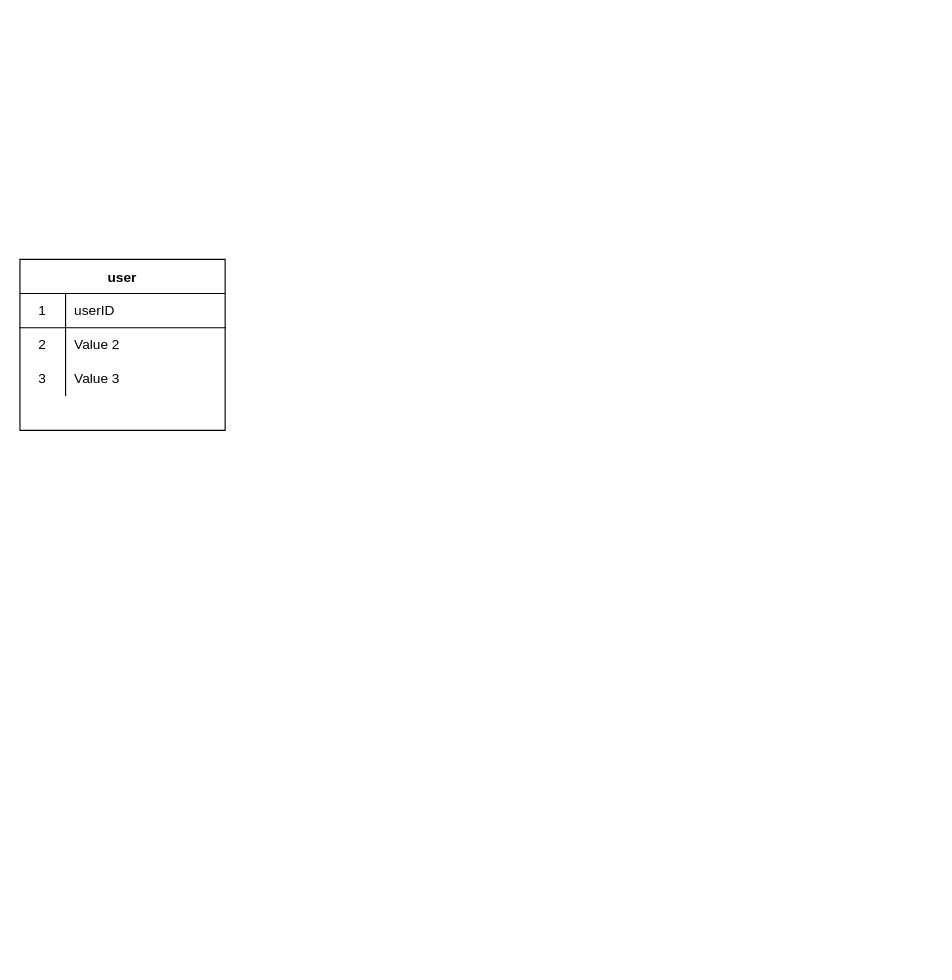
Above: diagram/erDiagram.drawio in swkoubou/HackU2021 (draw.io), before the change. Source tidied: cells renumbered, new cells numbered last; positions are measured from the earlier drawing's top-left corner, leaving out a move shared by most shapes. Both pictures are drawn from the tidied source at 114%, with x=0, y=0 at pixel (19, 259).
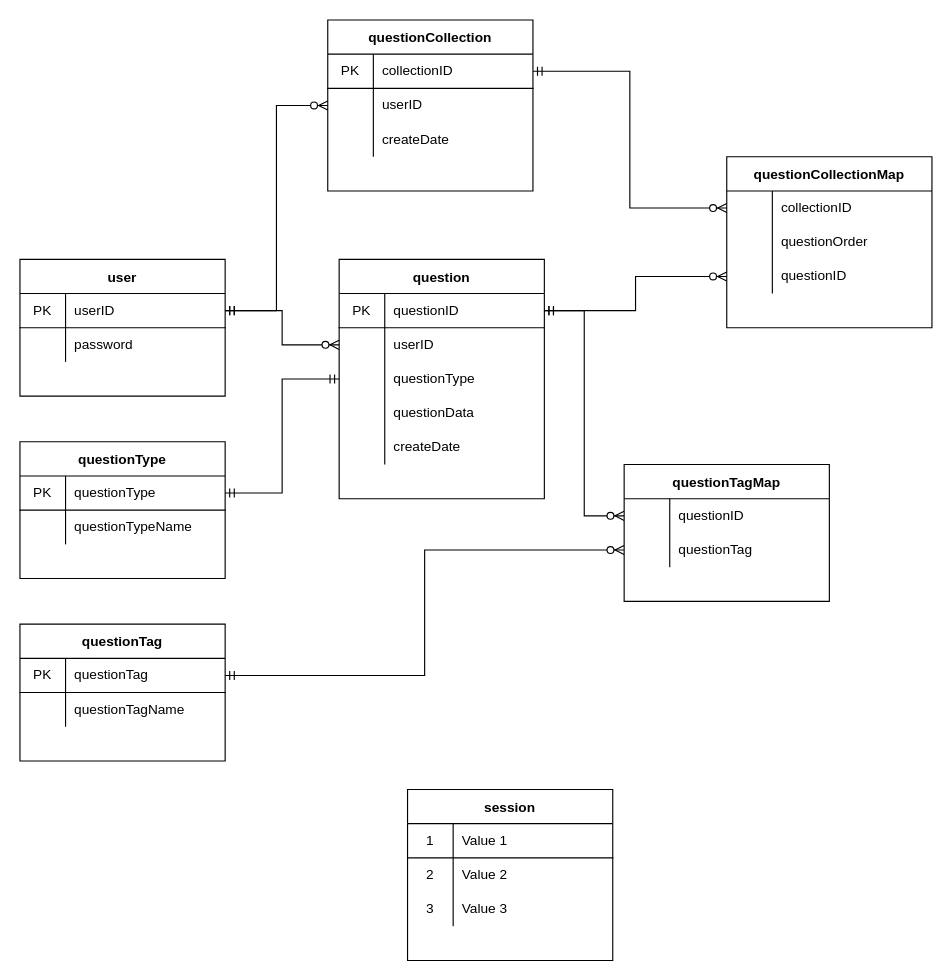
Above is the later version.

Commit message:
仮のER図を書いた

Unchanged cells that the change refers to:
```xml
<mxCell id="3" style="shape=partialRectangle;html=1;whiteSpace=wrap;fillColor=none;top=0;left=0;bottom=1;right=0;points=[[0,0.5],[1,0.5]];portConstraint=eastwest;" parent="2" vertex="1">
  <mxGeometry y="30" width="180" height="30" as="geometry" />
</mxCell>
<mxCell id="6" style="shape=partialRectangle;html=1;whiteSpace=wrap;fillColor=none;top=0;left=0;bottom=0;right=0;" parent="2" vertex="1">
  <mxGeometry y="60" width="180" height="30" as="geometry" />
</mxCell>
```

The edit, as a diff of the source:
```diff
@@
     <mxCell id="2" value="user" style="shape=table;startSize=30;childLayout=tableLayout;rowLines=0;fontStyle=1;align=center;" parent="1" vertex="1">
-      <mxGeometry width="180" height="150" as="geometry" />
+      <mxGeometry width="180" height="120" as="geometry" />
     </mxCell>
@@
-    <mxCell id="4" value="1" style="shape=partialRectangle;html=1;whiteSpace=wrap;fillColor=none;top=0;left=0;bottom=0;right=0;overflow=hidden;" parent="3" vertex="1">
+    <mxCell id="4" value="PK" style="shape=partialRectangle;html=1;whiteSpace=wrap;fillColor=none;top=0;left=0;bottom=0;right=0;overflow=hidden;" parent="3" vertex="1">
       <mxGeometry width="40" height="30" as="geometry" />
     </mxCell>
@@
-    <mxCell id="7" value="2" style="shape=partialRectangle;html=1;whiteSpace=wrap;fillColor=none;top=0;left=0;bottom=0;right=0;overflow=hidden;" parent="6" vertex="1">
+    <mxCell id="7" style="shape=partialRectangle;html=1;whiteSpace=wrap;fillColor=none;top=0;left=0;bottom=0;right=0;overflow=hidden;" parent="6" vertex="1">
       <mxGeometry width="40" height="30" as="geometry" />
     </mxCell>
-    <mxCell id="8" value="Value 2" style="shape=partialRectangle;html=1;whiteSpace=wrap;fillColor=none;top=0;left=0;bottom=0;right=0;align=left;spacingLeft=6;overflow=hidden;" parent="6" vertex="1">
+    <mxCell id="8" value="password" style="shape=partialRectangle;html=1;whiteSpace=wrap;fillColor=none;top=0;left=0;bottom=0;right=0;align=left;spacingLeft=6;overflow=hidden;" parent="6" vertex="1">
       <mxGeometry x="40" width="140" height="30" as="geometry" />
     </mxCell>
-    <mxCell id="9" style="shape=partialRectangle;html=1;whiteSpace=wrap;fillColor=none;top=0;left=0;bottom=0;right=0;" parent="2" vertex="1">
-      <mxGeometry y="90" width="180" height="30" as="geometry" />
-    </mxCell>
+    <mxCell id="12" value="question" style="shape=table;startSize=30;childLayout=tableLayout;rowLines=0;fontStyle=1;align=center;" parent="1" vertex="1">
+      <mxGeometry x="280" width="180" height="210" as="geometry" />
+    </mxCell>
+    <mxCell id="13" style="shape=partialRectangle;html=1;whiteSpace=wrap;fillColor=none;top=0;left=0;bottom=1;right=0;points=[[0,0.5],[1,0.5]];portConstraint=eastwest;" parent="12" vertex="1">
+      <mxGeometry y="30" width="180" height="30" as="geometry" />
+    </mxCell>
+    <mxCell id="14" value="PK" style="shape=partialRectangle;html=1;whiteSpace=wrap;fillColor=none;top=0;left=0;bottom=0;right=0;overflow=hidden;" parent="13" vertex="1">
+      <mxGeometry width="40" height="30" as="geometry" />
+    </mxCell>
+    <mxCell id="15" value="questionID" style="shape=partialRectangle;html=1;whiteSpace=wrap;fillColor=none;top=0;left=0;bottom=0;right=0;align=left;spacingLeft=6;overflow=hidden;" parent="13" vertex="1">
+      <mxGeometry x="40" width="140" height="30" as="geometry" />
+    </mxCell>
+    <mxCell id="16" style="shape=partialRectangle;html=1;whiteSpace=wrap;fillColor=none;top=0;left=0;bottom=0;right=0;points=[[0,0.5],[1,0.5]];portConstraint=eastwest;" parent="12" vertex="1">
+      <mxGeometry y="60" width="180" height="30" as="geometry" />
+    </mxCell>
+    <mxCell id="17" style="shape=partialRectangle;html=1;whiteSpace=wrap;fillColor=none;top=0;left=0;bottom=0;right=0;overflow=hidden;" parent="16" vertex="1">
+      <mxGeometry width="40" height="30" as="geometry" />
+    </mxCell>
+    <mxCell id="18" value="userID" style="shape=partialRectangle;html=1;whiteSpace=wrap;fillColor=none;top=0;left=0;bottom=0;right=0;align=left;spacingLeft=6;overflow=hidden;" parent="16" vertex="1">
+      <mxGeometry x="40" width="140" height="30" as="geometry" />
+    </mxCell>
+    <mxCell id="19" style="shape=partialRectangle;html=1;whiteSpace=wrap;fillColor=none;top=0;left=0;bottom=0;right=0;points=[[0,0.5],[1,0.5]];portConstraint=eastwest;" parent="12" vertex="1">
+      <mxGeometry y="90" width="180" height="30" as="geometry" />
+    </mxCell>
+    <mxCell id="20" style="shape=partialRectangle;html=1;whiteSpace=wrap;fillColor=none;top=0;left=0;bottom=0;right=0;overflow=hidden;" parent="19" vertex="1">
+      <mxGeometry width="40" height="30" as="geometry" />
+    </mxCell>
+    <mxCell id="21" value="questionType" style="shape=partialRectangle;html=1;whiteSpace=wrap;fillColor=none;top=0;left=0;bottom=0;right=0;align=left;spacingLeft=6;overflow=hidden;" parent="19" vertex="1">
+      <mxGeometry x="40" width="140" height="30" as="geometry" />
+    </mxCell>
+    <mxCell id="22" style="shape=partialRectangle;html=1;whiteSpace=wrap;fillColor=none;top=0;left=0;bottom=0;right=0;" parent="12" vertex="1">
+      <mxGeometry y="120" width="180" height="30" as="geometry" />
+    </mxCell>
+    <mxCell id="23" style="shape=partialRectangle;html=1;whiteSpace=wrap;fillColor=none;top=0;left=0;bottom=0;right=0;overflow=hidden;" parent="22" vertex="1">
+      <mxGeometry width="40" height="30" as="geometry" />
+    </mxCell>
+    <mxCell id="24" value="questionData" style="shape=partialRectangle;html=1;whiteSpace=wrap;fillColor=none;top=0;left=0;bottom=0;right=0;align=left;spacingLeft=6;overflow=hidden;" parent="22" vertex="1">
+      <mxGeometry x="40" width="140" height="30" as="geometry" />
+    </mxCell>
+    <mxCell id="25" style="shape=partialRectangle;html=1;whiteSpace=wrap;fillColor=none;top=0;left=0;bottom=0;right=0;" parent="12" vertex="1">
+      <mxGeometry y="150" width="180" height="30" as="geometry" />
+    </mxCell>
+    <mxCell id="26" style="shape=partialRectangle;html=1;whiteSpace=wrap;fillColor=none;top=0;left=0;bottom=0;right=0;overflow=hidden;" parent="25" vertex="1">
+      <mxGeometry width="40" height="30" as="geometry" />
+    </mxCell>
+    <mxCell id="27" value="createDate" style="shape=partialRectangle;html=1;whiteSpace=wrap;fillColor=none;top=0;left=0;bottom=0;right=0;align=left;spacingLeft=6;overflow=hidden;" parent="25" vertex="1">
+      <mxGeometry x="40" width="140" height="30" as="geometry" />
+    </mxCell>
+    <mxCell id="28" value="questionType" style="shape=table;startSize=30;childLayout=tableLayout;rowLines=0;fontStyle=1;align=center;" parent="1" vertex="1">
+      <mxGeometry y="160" width="180" height="120" as="geometry" />
+    </mxCell>
+    <mxCell id="29" style="shape=partialRectangle;html=1;whiteSpace=wrap;fillColor=none;top=0;left=0;bottom=1;right=0;points=[[0,0.5],[1,0.5]];portConstraint=eastwest;" parent="28" vertex="1">
+      <mxGeometry y="30" width="180" height="30" as="geometry" />
+    </mxCell>
+    <mxCell id="30" value="PK" style="shape=partialRectangle;html=1;whiteSpace=wrap;fillColor=none;top=0;left=0;bottom=0;right=0;overflow=hidden;" parent="29" vertex="1">
+      <mxGeometry width="40" height="30" as="geometry" />
+    </mxCell>
+    <mxCell id="31" value="questionType" style="shape=partialRectangle;html=1;whiteSpace=wrap;fillColor=none;top=0;left=0;bottom=0;right=0;align=left;spacingLeft=6;overflow=hidden;" parent="29" vertex="1">
+      <mxGeometry x="40" width="140" height="30" as="geometry" />
+    </mxCell>
+    <mxCell id="32" style="shape=partialRectangle;html=1;whiteSpace=wrap;fillColor=none;top=0;left=0;bottom=0;right=0;" parent="28" vertex="1">
+      <mxGeometry y="60" width="180" height="30" as="geometry" />
+    </mxCell>
+    <mxCell id="33" style="shape=partialRectangle;html=1;whiteSpace=wrap;fillColor=none;top=0;left=0;bottom=0;right=0;overflow=hidden;" parent="32" vertex="1">
+      <mxGeometry width="40" height="30" as="geometry" />
+    </mxCell>
+    <mxCell id="34" value="questionTypeName" style="shape=partialRectangle;html=1;whiteSpace=wrap;fillColor=none;top=0;left=0;bottom=0;right=0;align=left;spacingLeft=6;overflow=hidden;" parent="32" vertex="1">
+      <mxGeometry x="40" width="140" height="30" as="geometry" />
+    </mxCell>
+    <mxCell id="35" value="questionCollection" style="shape=table;startSize=30;childLayout=tableLayout;rowLines=0;fontStyle=1;align=center;" parent="1" vertex="1">
+      <mxGeometry x="270" y="-210" width="180" height="150" as="geometry" />
+    </mxCell>
+    <mxCell id="36" style="shape=partialRectangle;html=1;whiteSpace=wrap;fillColor=none;top=0;left=0;bottom=1;right=0;points=[[0,0.5],[1,0.5]];portConstraint=eastwest;" parent="35" vertex="1">
+      <mxGeometry y="30" width="180" height="30" as="geometry" />
+    </mxCell>
+    <mxCell id="37" value="PK" style="shape=partialRectangle;html=1;whiteSpace=wrap;fillColor=none;top=0;left=0;bottom=0;right=0;overflow=hidden;" parent="36" vertex="1">
+      <mxGeometry width="40" height="30" as="geometry" />
+    </mxCell>
+    <mxCell id="38" value="collectionID" style="shape=partialRectangle;html=1;whiteSpace=wrap;fillColor=none;top=0;left=0;bottom=0;right=0;align=left;spacingLeft=6;overflow=hidden;" parent="36" vertex="1">
+      <mxGeometry x="40" width="140" height="30" as="geometry" />
+    </mxCell>
+    <mxCell id="39" style="shape=partialRectangle;html=1;whiteSpace=wrap;fillColor=none;top=0;left=0;bottom=0;right=0;points=[[0,0.5],[1,0.5]];portConstraint=eastwest;" parent="35" vertex="1">
+      <mxGeometry y="60" width="180" height="30" as="geometry" />
+    </mxCell>
+    <mxCell id="40" style="shape=partialRectangle;html=1;whiteSpace=wrap;fillColor=none;top=0;left=0;bottom=0;right=0;overflow=hidden;" parent="39" vertex="1">
+      <mxGeometry width="40" height="30" as="geometry" />
+    </mxCell>
+    <mxCell id="41" value="userID" style="shape=partialRectangle;html=1;whiteSpace=wrap;fillColor=none;top=0;left=0;bottom=0;right=0;align=left;spacingLeft=6;overflow=hidden;" parent="39" vertex="1">
+      <mxGeometry x="40" width="140" height="30" as="geometry" />
+    </mxCell>
+    <mxCell id="42" style="shape=partialRectangle;html=1;whiteSpace=wrap;fillColor=none;top=0;left=0;bottom=0;right=0;" parent="35" vertex="1">
+      <mxGeometry y="90" width="180" height="30" as="geometry" />
+    </mxCell>
+    <mxCell id="43" style="shape=partialRectangle;html=1;whiteSpace=wrap;fillColor=none;top=0;left=0;bottom=0;right=0;overflow=hidden;" parent="42" vertex="1">
+      <mxGeometry width="40" height="30" as="geometry" />
+    </mxCell>
+    <mxCell id="44" value="createDate" style="shape=partialRectangle;html=1;whiteSpace=wrap;fillColor=none;top=0;left=0;bottom=0;right=0;align=left;spacingLeft=6;overflow=hidden;" parent="42" vertex="1">
+      <mxGeometry x="40" width="140" height="30" as="geometry" />
+    </mxCell>
+    <mxCell id="45" value="questionTagMap" style="shape=table;startSize=30;childLayout=tableLayout;rowLines=0;fontStyle=1;align=center;" parent="1" vertex="1">
+      <mxGeometry x="530" y="180" width="180" height="120" as="geometry" />
+    </mxCell>
+    <mxCell id="46" style="shape=partialRectangle;html=1;whiteSpace=wrap;fillColor=none;top=0;left=0;bottom=0;right=0;points=[[0,0.5],[1,0.5]];portConstraint=eastwest;" parent="45" vertex="1">
+      <mxGeometry y="30" width="180" height="30" as="geometry" />
+    </mxCell>
+    <mxCell id="47" style="shape=partialRectangle;html=1;whiteSpace=wrap;fillColor=none;top=0;left=0;bottom=0;right=0;overflow=hidden;" parent="46" vertex="1">
+      <mxGeometry width="40" height="30" as="geometry" />
+    </mxCell>
+    <mxCell id="48" value="questionID" style="shape=partialRectangle;html=1;whiteSpace=wrap;fillColor=none;top=0;left=0;bottom=0;right=0;align=left;spacingLeft=6;overflow=hidden;" parent="46" vertex="1">
+      <mxGeometry x="40" width="140" height="30" as="geometry" />
+    </mxCell>
+    <mxCell id="49" style="shape=partialRectangle;html=1;whiteSpace=wrap;fillColor=none;top=0;left=0;bottom=0;right=0;points=[[0,0.5],[1,0.5]];portConstraint=eastwest;" parent="45" vertex="1">
+      <mxGeometry y="60" width="180" height="30" as="geometry" />
+    </mxCell>
+    <mxCell id="50" style="shape=partialRectangle;html=1;whiteSpace=wrap;fillColor=none;top=0;left=0;bottom=0;right=0;overflow=hidden;" parent="49" vertex="1">
+      <mxGeometry width="40" height="30" as="geometry" />
+    </mxCell>
+    <mxCell id="51" value="questionTag" style="shape=partialRectangle;html=1;whiteSpace=wrap;fillColor=none;top=0;left=0;bottom=0;right=0;align=left;spacingLeft=6;overflow=hidden;" parent="49" vertex="1">
+      <mxGeometry x="40" width="140" height="30" as="geometry" />
+    </mxCell>
+    <mxCell id="52" value="questionTag" style="shape=table;startSize=30;childLayout=tableLayout;rowLines=0;fontStyle=1;align=center;" parent="1" vertex="1">
+      <mxGeometry y="320" width="180" height="120" as="geometry" />
+    </mxCell>
+    <mxCell id="53" style="shape=partialRectangle;html=1;whiteSpace=wrap;fillColor=none;top=0;left=0;bottom=1;right=0;points=[[0,0.5],[1,0.5]];portConstraint=eastwest;" parent="52" vertex="1">
+      <mxGeometry y="30" width="180" height="30" as="geometry" />
+    </mxCell>
+    <mxCell id="54" value="PK" style="shape=partialRectangle;html=1;whiteSpace=wrap;fillColor=none;top=0;left=0;bottom=0;right=0;overflow=hidden;" parent="53" vertex="1">
+      <mxGeometry width="40" height="30" as="geometry" />
+    </mxCell>
+    <mxCell id="55" value="questionTag" style="shape=partialRectangle;html=1;whiteSpace=wrap;fillColor=none;top=0;left=0;bottom=0;right=0;align=left;spacingLeft=6;overflow=hidden;" parent="53" vertex="1">
+      <mxGeometry x="40" width="140" height="30" as="geometry" />
+    </mxCell>
+    <mxCell id="56" style="shape=partialRectangle;html=1;whiteSpace=wrap;fillColor=none;top=0;left=0;bottom=0;right=0;" parent="52" vertex="1">
+      <mxGeometry y="60" width="180" height="30" as="geometry" />
+    </mxCell>
+    <mxCell id="57" style="shape=partialRectangle;html=1;whiteSpace=wrap;fillColor=none;top=0;left=0;bottom=0;right=0;overflow=hidden;" parent="56" vertex="1">
+      <mxGeometry width="40" height="30" as="geometry" />
+    </mxCell>
+    <mxCell id="58" value="questionTagName" style="shape=partialRectangle;html=1;whiteSpace=wrap;fillColor=none;top=0;left=0;bottom=0;right=0;align=left;spacingLeft=6;overflow=hidden;" parent="56" vertex="1">
+      <mxGeometry x="40" width="140" height="30" as="geometry" />
+    </mxCell>
+    <mxCell id="59" value="questionCollectionMap" style="shape=table;startSize=30;childLayout=tableLayout;rowLines=0;fontStyle=1;align=center;" parent="1" vertex="1">
+      <mxGeometry x="620" y="-90" width="180" height="150" as="geometry" />
+    </mxCell>
+    <mxCell id="60" style="shape=partialRectangle;html=1;whiteSpace=wrap;fillColor=none;top=0;left=0;bottom=0;right=0;points=[[0,0.5],[1,0.5]];portConstraint=eastwest;" parent="59" vertex="1">
+      <mxGeometry y="30" width="180" height="30" as="geometry" />
+    </mxCell>
+    <mxCell id="61" style="shape=partialRectangle;html=1;whiteSpace=wrap;fillColor=none;top=0;left=0;bottom=0;right=0;overflow=hidden;" parent="60" vertex="1">
+      <mxGeometry width="40" height="30" as="geometry" />
+    </mxCell>
+    <mxCell id="62" value="collectionID" style="shape=partialRectangle;html=1;whiteSpace=wrap;fillColor=none;top=0;left=0;bottom=0;right=0;align=left;spacingLeft=6;overflow=hidden;" parent="60" vertex="1">
+      <mxGeometry x="40" width="140" height="30" as="geometry" />
+    </mxCell>
+    <mxCell id="63" style="shape=partialRectangle;html=1;whiteSpace=wrap;fillColor=none;top=0;left=0;bottom=0;right=0;" parent="59" vertex="1">
+      <mxGeometry y="60" width="180" height="30" as="geometry" />
+    </mxCell>
+    <mxCell id="64" style="shape=partialRectangle;html=1;whiteSpace=wrap;fillColor=none;top=0;left=0;bottom=0;right=0;overflow=hidden;" parent="63" vertex="1">
+      <mxGeometry width="40" height="30" as="geometry" />
+    </mxCell>
+    <mxCell id="65" value="questionOrder" style="shape=partialRectangle;html=1;whiteSpace=wrap;fillColor=none;top=0;left=0;bottom=0;right=0;align=left;spacingLeft=6;overflow=hidden;" parent="63" vertex="1">
+      <mxGeometry x="40" width="140" height="30" as="geometry" />
+    </mxCell>
+    <mxCell id="66" style="shape=partialRectangle;html=1;whiteSpace=wrap;fillColor=none;top=0;left=0;bottom=0;right=0;points=[[0,0.5],[1,0.5]];portConstraint=eastwest;" parent="59" vertex="1">
+      <mxGeometry y="90" width="180" height="30" as="geometry" />
+    </mxCell>
+    <mxCell id="67" style="shape=partialRectangle;html=1;whiteSpace=wrap;fillColor=none;top=0;left=0;bottom=0;right=0;overflow=hidden;" parent="66" vertex="1">
+      <mxGeometry width="40" height="30" as="geometry" />
+    </mxCell>
+    <mxCell id="68" value="questionID" style="shape=partialRectangle;html=1;whiteSpace=wrap;fillColor=none;top=0;left=0;bottom=0;right=0;align=left;spacingLeft=6;overflow=hidden;" parent="66" vertex="1">
+      <mxGeometry x="40" width="140" height="30" as="geometry" />
+    </mxCell>
+    <mxCell id="69" style="edgeStyle=orthogonalEdgeStyle;rounded=0;jettySize=auto;html=1;entryX=0;entryY=0.5;entryDx=0;entryDy=0;startArrow=ERmandOne;startFill=0;endArrow=ERzeroToMany;endFill=1;" parent="1" edge="1" source="3" target="16">
+      <mxGeometry relative="1" as="geometry" />
+    </mxCell>
+    <mxCell id="70" style="edgeStyle=orthogonalEdgeStyle;rounded=0;jettySize=auto;html=1;entryX=0;entryY=0.5;entryDx=0;entryDy=0;startArrow=ERmandOne;startFill=0;endArrow=ERmandOne;endFill=0;" parent="1" edge="1" source="29" target="19">
+      <mxGeometry relative="1" as="geometry" />
+    </mxCell>
+    <mxCell id="71" style="edgeStyle=orthogonalEdgeStyle;rounded=0;jettySize=auto;html=1;entryX=0;entryY=0.5;entryDx=0;entryDy=0;startArrow=ERmandOne;startFill=0;endArrow=ERzeroToMany;endFill=1;" parent="1" edge="1" source="53" target="49">
+      <mxGeometry relative="1" as="geometry" />
+    </mxCell>
+    <mxCell id="72" style="edgeStyle=orthogonalEdgeStyle;rounded=0;jettySize=auto;html=1;entryX=0;entryY=0.5;entryDx=0;entryDy=0;startArrow=ERmandOne;startFill=0;endArrow=ERzeroToMany;endFill=1;" parent="1" edge="1" source="13" target="46">
+      <mxGeometry relative="1" as="geometry" />
+    </mxCell>
+    <mxCell id="73" style="edgeStyle=orthogonalEdgeStyle;rounded=0;jettySize=auto;html=1;entryX=0;entryY=0.5;entryDx=0;entryDy=0;startArrow=ERmandOne;startFill=0;endArrow=ERzeroToMany;endFill=1;" parent="1" edge="1" source="3" target="39">
+      <mxGeometry relative="1" as="geometry" />
+    </mxCell>
+    <mxCell id="74" style="edgeStyle=orthogonalEdgeStyle;rounded=0;jettySize=auto;html=1;entryX=0;entryY=0.5;entryDx=0;entryDy=0;startArrow=ERmandOne;startFill=0;endArrow=ERzeroToMany;endFill=1;" parent="1" edge="1" source="36" target="60">
+      <mxGeometry relative="1" as="geometry" />
+    </mxCell>
+    <mxCell id="75" style="edgeStyle=orthogonalEdgeStyle;rounded=0;jettySize=auto;html=1;entryX=0;entryY=0.5;entryDx=0;entryDy=0;startArrow=ERmandOne;startFill=0;endArrow=ERzeroToMany;endFill=1;" parent="1" edge="1" source="13" target="66">
+      <mxGeometry relative="1" as="geometry" />
+    </mxCell>
+    <mxCell id="76" value="session" style="shape=table;startSize=30;childLayout=tableLayout;rowLines=0;fontStyle=1;align=center;" parent="1" vertex="1">
+      <mxGeometry x="340" y="465" width="180" height="150" as="geometry" />
+    </mxCell>
+    <mxCell id="77" style="shape=partialRectangle;html=1;whiteSpace=wrap;fillColor=none;top=0;left=0;bottom=1;right=0;" parent="76" vertex="1">
+      <mxGeometry y="30" width="180" height="30" as="geometry" />
+    </mxCell>
+    <mxCell id="78" value="1" style="shape=partialRectangle;html=1;whiteSpace=wrap;fillColor=none;top=0;left=0;bottom=0;right=0;overflow=hidden;" parent="77" vertex="1">
+      <mxGeometry width="40" height="30" as="geometry" />
+    </mxCell>
+    <mxCell id="79" value="Value 1" style="shape=partialRectangle;html=1;whiteSpace=wrap;fillColor=none;top=0;left=0;bottom=0;right=0;align=left;spacingLeft=6;overflow=hidden;" parent="77" vertex="1">
+      <mxGeometry x="40" width="140" height="30" as="geometry" />
+    </mxCell>
+    <mxCell id="80" style="shape=partialRectangle;html=1;whiteSpace=wrap;fillColor=none;top=0;left=0;bottom=0;right=0;" parent="76" vertex="1">
+      <mxGeometry y="60" width="180" height="30" as="geometry" />
+    </mxCell>
+    <mxCell id="81" value="2" style="shape=partialRectangle;html=1;whiteSpace=wrap;fillColor=none;top=0;left=0;bottom=0;right=0;overflow=hidden;" parent="80" vertex="1">
+      <mxGeometry width="40" height="30" as="geometry" />
+    </mxCell>
+    <mxCell id="82" value="Value 2" style="shape=partialRectangle;html=1;whiteSpace=wrap;fillColor=none;top=0;left=0;bottom=0;right=0;align=left;spacingLeft=6;overflow=hidden;" parent="80" vertex="1">
+      <mxGeometry x="40" width="140" height="30" as="geometry" />
+    </mxCell>
+    <mxCell id="83" style="shape=partialRectangle;html=1;whiteSpace=wrap;fillColor=none;top=0;left=0;bottom=0;right=0;" parent="76" vertex="1">
+      <mxGeometry y="90" width="180" height="30" as="geometry" />
+    </mxCell>
-    <mxCell id="10" value="3" style="shape=partialRectangle;html=1;whiteSpace=wrap;fillColor=none;top=0;left=0;bottom=0;right=0;overflow=hidden;" parent="9" vertex="1">
+    <mxCell id="10" value="3" style="shape=partialRectangle;html=1;whiteSpace=wrap;fillColor=none;top=0;left=0;bottom=0;right=0;overflow=hidden;" parent="83" vertex="1">
       <mxGeometry width="40" height="30" as="geometry" />
     </mxCell>
-    <mxCell id="11" value="Value 3" style="shape=partialRectangle;html=1;whiteSpace=wrap;fillColor=none;top=0;left=0;bottom=0;right=0;align=left;spacingLeft=6;overflow=hidden;" parent="9" vertex="1">
+    <mxCell id="11" value="Value 3" style="shape=partialRectangle;html=1;whiteSpace=wrap;fillColor=none;top=0;left=0;bottom=0;right=0;align=left;spacingLeft=6;overflow=hidden;" parent="83" vertex="1">
       <mxGeometry x="40" width="140" height="30" as="geometry" />
     </mxCell>
```
